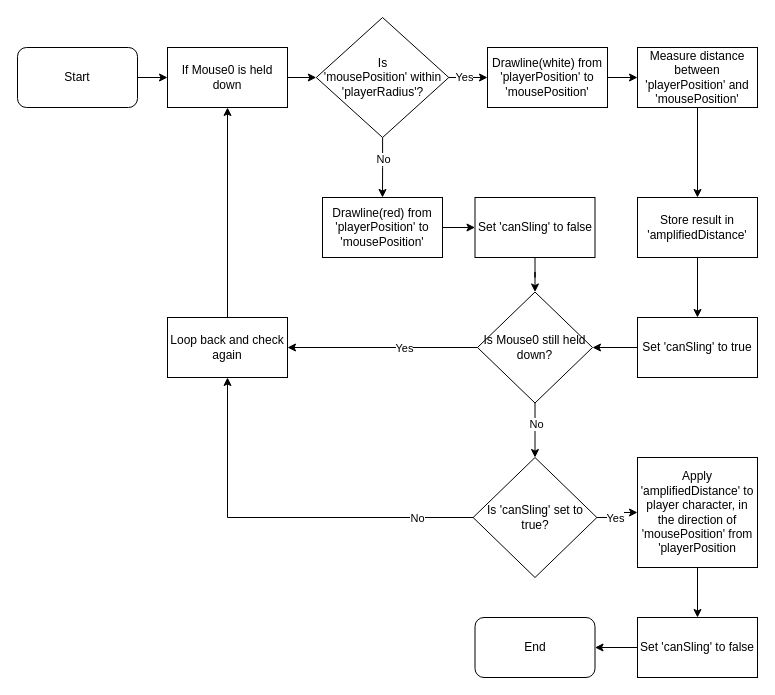
Earlier version of the draw.io diagram AM2L_Pseudocode.drawio (DanSohler/Game-Prototyping_Fundamental). Source tidied: cells renumbered, new cells numbered last; positions are measured from the earlier drawing's top-left corner, leaving out a move shared by most shapes. Both pictures are drawn from the tidied source at 100%, with x=0, y=0 at pixel (17, 17).
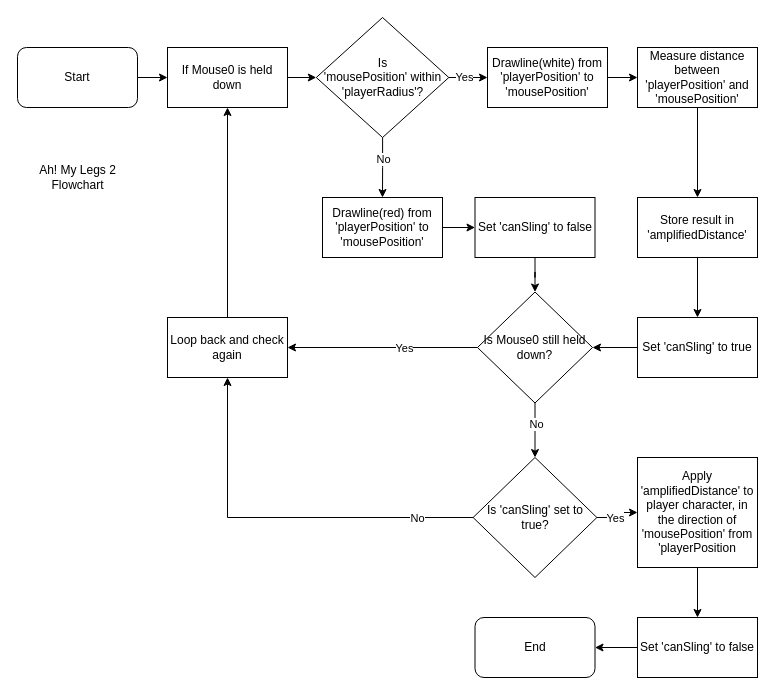
The same diagram, later.

The edit, as a diff of the source:
```diff
@@
+    <mxCell id="40" value="Ah! My Legs 2&lt;br&gt;Flowchart" style="text;html=1;align=center;verticalAlign=middle;strokeColor=none;" parent="1" vertex="1">
+      <mxGeometry x="15" y="145" width="90" height="30" as="geometry" />
+    </mxCell>
```
